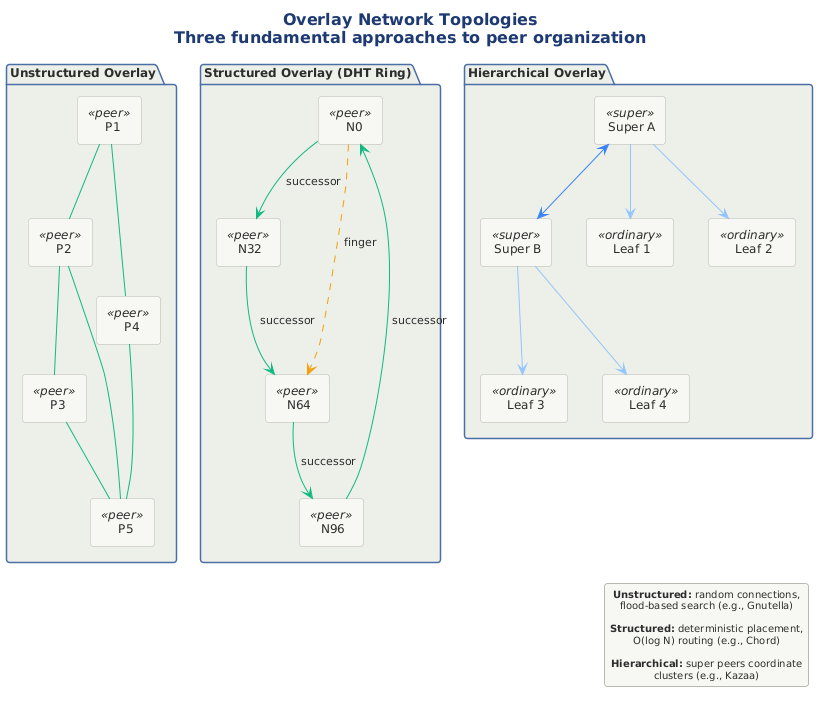
The PlantUML diagram src/architecture/views-and-beyond/style-catalogs/component-and-connector/peer-to-peer-style/png/04-overlay-topologies.png in Notoriousjayy/latex-docs, before a commit.
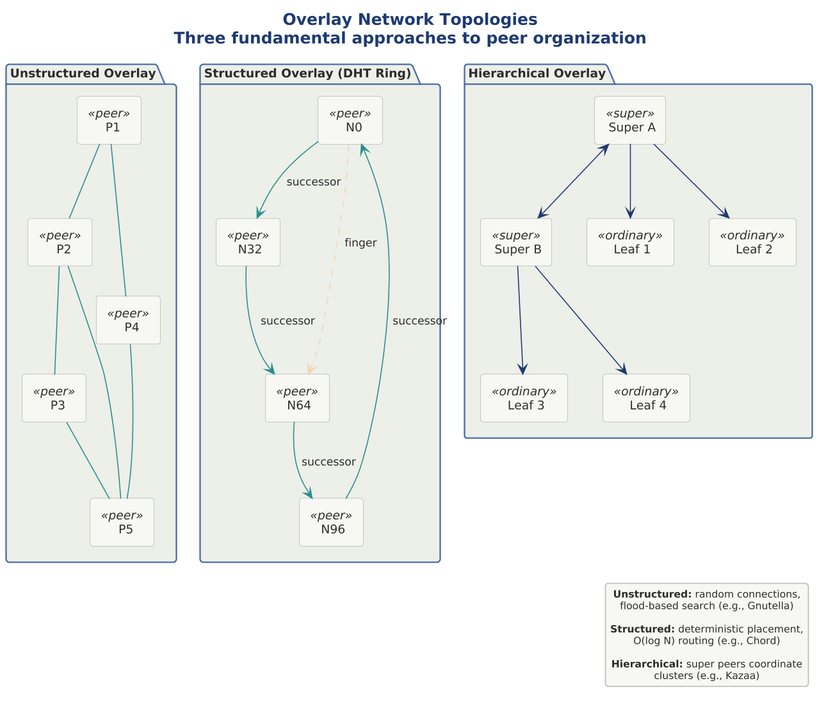
After the change.

The edit, as a diff of the source:
```diff
@@ -1,7 +1,11 @@
 @startuml 04-overlay-topologies
 
+skinparam dpi 150
+
+
+
+
 !include ../../../../../../tooling/styles/plantuml/structural/package-diagram-style.iuml
-
 
 title <b>Overlay Network Topologies</b>\nThree fundamental approaches to peer organization
 
@@ -12,12 +16,12 @@
   rectangle "  P4  " as u4 <<peer>>
   rectangle "  P5  " as u5 <<peer>>
 
-  u1 -[#10B981]- u2
-  u2 -[#10B981]- u3
-  u1 -[#10B981]- u4
-  u3 -[#10B981]- u5
-  u4 -[#10B981]- u5
-  u2 -[#10B981]- u5
+  u1 -[$line_dynamic]- u2
+  u2 -[$line_dynamic]- u3
+  u1 -[$line_dynamic]- u4
+  u3 -[$line_dynamic]- u5
+  u4 -[$line_dynamic]- u5
+  u2 -[$line_dynamic]- u5
 }
 
 package "Structured Overlay (DHT Ring)" as SO {
@@ -26,11 +30,11 @@
   rectangle " N64 " as s2 <<peer>>
   rectangle " N96 " as s3 <<peer>>
 
-  s0 -[#10B981]-> s1 : " successor "
-  s1 -[#10B981]-> s2 : " successor "
-  s2 -[#10B981]-> s3 : " successor "
-  s3 -[#10B981]-> s0 : " successor "
-  s0 .[#F59E0B].> s2 : " finger "
+  s0 -[$line_dynamic]-> s1 : " successor "
+  s1 -[$line_dynamic]-> s2 : " successor "
+  s2 -[$line_dynamic]-> s3 : " successor "
+  s3 -[$line_dynamic]-> s0 : " successor "
+  s0 .[$deep_caution].> s2 : " finger "
 }
 
 package "Hierarchical Overlay" as HO {
@@ -41,11 +45,11 @@
   rectangle " Leaf 3 " as h3 <<ordinary>>
   rectangle " Leaf 4 " as h4 <<ordinary>>
 
-  ha <-[#3B82F6]-> hb
-  ha -[#93C5FD]-> h1
-  ha -[#93C5FD]-> h2
-  hb -[#93C5FD]-> h3
-  hb -[#93C5FD]-> h4
+  ha <-[$line_primary]-> hb
+  ha -[$line_primary]-> h1
+  ha -[$line_primary]-> h2
+  hb -[$line_primary]-> h3
+  hb -[$line_primary]-> h4
 }
 
 legend right
```
